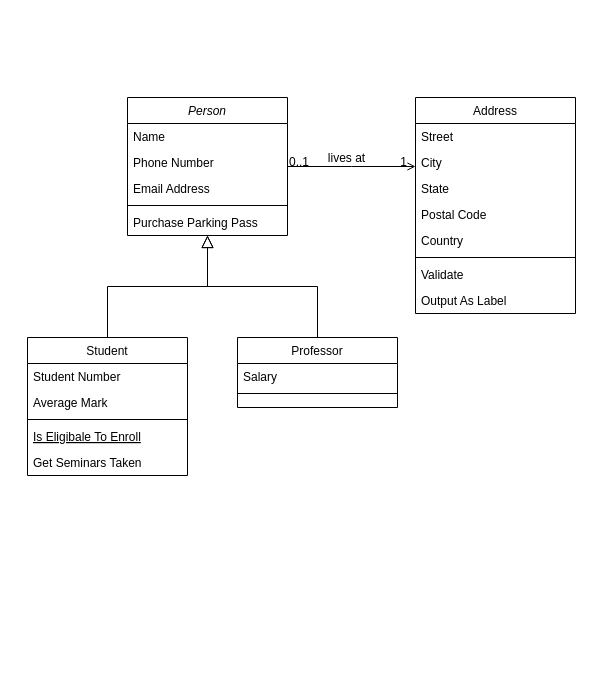
This is Remeslnik.drawio from Ondraa96/hello-world, a draw.io file, before an edit. Source tidied: cells renumbered, new cells numbered last; positions are measured from the earlier drawing's top-left corner, leaving out a move shared by most shapes. Both pictures are drawn from the tidied source at 100%, with x=0, y=0 at pixel (27, 97).
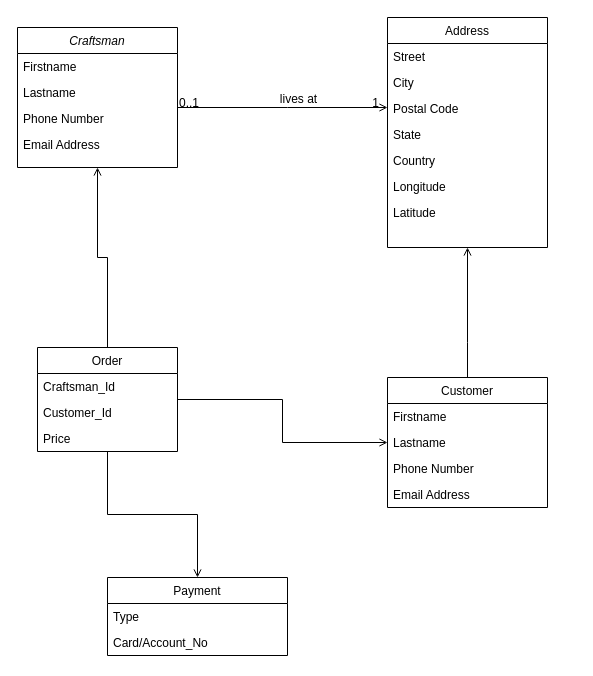
After the change.

What changed in the source:
```diff
@@
-    <mxCell id="2" value="Person" style="swimlane;fontStyle=2;align=center;verticalAlign=top;horizontal=1;startSize=26;rounded=0;shadow=0;strokeWidth=1;" parent="1" vertex="1">
-      <mxGeometry x="100" width="160" height="138" as="geometry" />
-    </mxCell>
-    <mxCell id="3" value="Name" style="text;align=left;verticalAlign=top;spacingLeft=4;spacingRight=4;overflow=hidden;" parent="2" vertex="1">
-      <mxGeometry y="26" width="160" height="26" as="geometry" />
-    </mxCell>
-    <mxCell id="4" value="Phone Number" style="text;align=left;verticalAlign=top;spacingLeft=4;spacingRight=4;overflow=hidden;rounded=0;shadow=0;html=0;" parent="2" vertex="1">
-      <mxGeometry y="52" width="160" height="26" as="geometry" />
-    </mxCell>
-    <mxCell id="5" value="Email Address" style="text;align=left;verticalAlign=top;spacingLeft=4;spacingRight=4;overflow=hidden;rounded=0;shadow=0;html=0;" parent="2" vertex="1">
-      <mxGeometry y="78" width="160" height="26" as="geometry" />
-    </mxCell>
-    <mxCell id="6" style="line;html=1;strokeWidth=1;align=left;verticalAlign=middle;spacingTop=-1;spacingLeft=3;spacingRight=3;labelPosition=right;" parent="2" vertex="1">
-      <mxGeometry y="104" width="160" height="8" as="geometry" />
-    </mxCell>
-    <mxCell id="7" value="Purchase Parking Pass" style="text;align=left;verticalAlign=top;spacingLeft=4;spacingRight=4;overflow=hidden;" parent="2" vertex="1">
-      <mxGeometry y="112" width="160" height="26" as="geometry" />
-    </mxCell>
-    <mxCell id="8" value="Student" style="swimlane;fontStyle=0;align=center;verticalAlign=top;horizontal=1;startSize=26;rounded=0;shadow=0;strokeWidth=1;" parent="1" vertex="1">
-      <mxGeometry y="240" width="160" height="138" as="geometry" />
-    </mxCell>
-    <mxCell id="9" value="Student Number" style="text;align=left;verticalAlign=top;spacingLeft=4;spacingRight=4;overflow=hidden;" parent="8" vertex="1">
-      <mxGeometry y="26" width="160" height="26" as="geometry" />
-    </mxCell>
-    <mxCell id="10" value="Average Mark" style="text;align=left;verticalAlign=top;spacingLeft=4;spacingRight=4;overflow=hidden;rounded=0;shadow=0;html=0;" parent="8" vertex="1">
-      <mxGeometry y="52" width="160" height="26" as="geometry" />
-    </mxCell>
-    <mxCell id="11" style="line;html=1;strokeWidth=1;align=left;verticalAlign=middle;spacingTop=-1;spacingLeft=3;spacingRight=3;labelPosition=right;" parent="8" vertex="1">
-      <mxGeometry y="78" width="160" height="8" as="geometry" />
-    </mxCell>
-    <mxCell id="12" value="Is Eligibale To Enroll" style="text;align=left;verticalAlign=top;spacingLeft=4;spacingRight=4;overflow=hidden;fontStyle=4;" parent="8" vertex="1">
-      <mxGeometry y="86" width="160" height="26" as="geometry" />
-    </mxCell>
-    <mxCell id="13" value="Get Seminars Taken" style="text;align=left;verticalAlign=top;spacingLeft=4;spacingRight=4;overflow=hidden;" parent="8" vertex="1">
-      <mxGeometry y="112" width="160" height="26" as="geometry" />
-    </mxCell>
-    <mxCell id="14" style="endArrow=block;endSize=10;endFill=0;shadow=0;strokeWidth=1;rounded=0;edgeStyle=elbowEdgeStyle;elbow=vertical;" parent="1" edge="1" source="8" target="2">
-      <mxGeometry relative="1" as="geometry" />
-    </mxCell>
-    <mxCell id="15" value="Professor" style="swimlane;fontStyle=0;align=center;verticalAlign=top;horizontal=1;startSize=26;rounded=0;shadow=0;strokeWidth=1;" parent="1" vertex="1">
-      <mxGeometry x="210" y="240" width="160" height="70" as="geometry" />
-    </mxCell>
-    <mxCell id="16" value="Salary" style="text;align=left;verticalAlign=top;spacingLeft=4;spacingRight=4;overflow=hidden;" parent="15" vertex="1">
-      <mxGeometry y="26" width="160" height="26" as="geometry" />
-    </mxCell>
-    <mxCell id="17" style="line;html=1;strokeWidth=1;align=left;verticalAlign=middle;spacingTop=-1;spacingLeft=3;spacingRight=3;labelPosition=right;" parent="15" vertex="1">
-      <mxGeometry y="52" width="160" height="8" as="geometry" />
-    </mxCell>
-    <mxCell id="18" style="endArrow=block;endSize=10;endFill=0;shadow=0;strokeWidth=1;rounded=0;edgeStyle=elbowEdgeStyle;elbow=vertical;" parent="1" edge="1" source="15" target="2">
-      <mxGeometry relative="1" as="geometry" />
-    </mxCell>
-    <mxCell id="19" value="Address" style="swimlane;fontStyle=0;align=center;verticalAlign=top;horizontal=1;startSize=26;rounded=0;shadow=0;strokeWidth=1;" parent="1" vertex="1">
-      <mxGeometry x="388" width="160" height="216" as="geometry" />
-    </mxCell>
-    <mxCell id="20" value="Street" style="text;align=left;verticalAlign=top;spacingLeft=4;spacingRight=4;overflow=hidden;" parent="19" vertex="1">
-      <mxGeometry y="26" width="160" height="26" as="geometry" />
-    </mxCell>
-    <mxCell id="21" value="City" style="text;align=left;verticalAlign=top;spacingLeft=4;spacingRight=4;overflow=hidden;rounded=0;shadow=0;html=0;" parent="19" vertex="1">
-      <mxGeometry y="52" width="160" height="26" as="geometry" />
-    </mxCell>
-    <mxCell id="22" value="State" style="text;align=left;verticalAlign=top;spacingLeft=4;spacingRight=4;overflow=hidden;rounded=0;shadow=0;html=0;" parent="19" vertex="1">
-      <mxGeometry y="78" width="160" height="26" as="geometry" />
-    </mxCell>
-    <mxCell id="23" value="Postal Code" style="text;align=left;verticalAlign=top;spacingLeft=4;spacingRight=4;overflow=hidden;rounded=0;shadow=0;html=0;" parent="19" vertex="1">
-      <mxGeometry y="104" width="160" height="26" as="geometry" />
-    </mxCell>
-    <mxCell id="24" value="Country" style="text;align=left;verticalAlign=top;spacingLeft=4;spacingRight=4;overflow=hidden;rounded=0;shadow=0;html=0;" parent="19" vertex="1">
-      <mxGeometry y="130" width="160" height="26" as="geometry" />
-    </mxCell>
-    <mxCell id="25" style="line;html=1;strokeWidth=1;align=left;verticalAlign=middle;spacingTop=-1;spacingLeft=3;spacingRight=3;labelPosition=right;" parent="19" vertex="1">
-      <mxGeometry y="156" width="160" height="8" as="geometry" />
-    </mxCell>
-    <mxCell id="26" value="Validate" style="text;align=left;verticalAlign=top;spacingLeft=4;spacingRight=4;overflow=hidden;" parent="19" vertex="1">
-      <mxGeometry y="164" width="160" height="26" as="geometry" />
-    </mxCell>
-    <mxCell id="27" value="Output As Label" style="text;align=left;verticalAlign=top;spacingLeft=4;spacingRight=4;overflow=hidden;" parent="19" vertex="1">
-      <mxGeometry y="190" width="160" height="26" as="geometry" />
-    </mxCell>
+    <mxCell id="32" style="edgeStyle=orthogonalEdgeStyle;rounded=0;jettySize=auto;endArrow=open;endFill=0;startArrow=none;startFill=0;entryX=0.5;entryY=1;entryDx=0;entryDy=0;" parent="1" edge="1" source="8" target="19">
+      <mxGeometry relative="1" as="geometry">
+        <Array as="points">
+          <mxPoint x="440" y="245" />
+        </Array>
+      </mxGeometry>
+    </mxCell>
     <mxCell id="28" style="endArrow=open;shadow=0;strokeWidth=1;rounded=0;endFill=1;edgeStyle=elbowEdgeStyle;elbow=vertical;" parent="1" edge="1" source="2" target="19">
       <mxGeometry x="0.5" y="41" relative="1" as="geometry">
+        <Array as="points">
+          <mxPoint x="260" y="10" />
+        </Array>
         <mxPoint x="-40" y="32" as="offset" />
       </mxGeometry>
     </mxCell>
@@
+    <mxCell id="2" value="Craftsman" style="swimlane;fontStyle=2;align=center;verticalAlign=top;horizontal=1;startSize=26;rounded=0;shadow=0;strokeWidth=1;" parent="1" vertex="1">
+      <mxGeometry x="-10" y="-70" width="160" height="140" as="geometry" />
+    </mxCell>
+    <mxCell id="3" value="Firstname" style="text;align=left;verticalAlign=top;spacingLeft=4;spacingRight=4;overflow=hidden;" parent="2" vertex="1">
+      <mxGeometry y="26" width="160" height="26" as="geometry" />
+    </mxCell>
+    <mxCell id="33" value="Lastname" style="text;align=left;verticalAlign=top;spacingLeft=4;spacingRight=4;overflow=hidden;" parent="2" vertex="1">
+      <mxGeometry y="52" width="160" height="26" as="geometry" />
+    </mxCell>
+    <mxCell id="4" value="Phone Number" style="text;align=left;verticalAlign=top;spacingLeft=4;spacingRight=4;overflow=hidden;rounded=0;shadow=0;html=0;" parent="2" vertex="1">
+      <mxGeometry y="78" width="160" height="26" as="geometry" />
+    </mxCell>
+    <mxCell id="5" value="Email Address" style="text;align=left;verticalAlign=top;spacingLeft=4;spacingRight=4;overflow=hidden;rounded=0;shadow=0;html=0;" parent="2" vertex="1">
+      <mxGeometry y="104" width="160" height="26" as="geometry" />
+    </mxCell>
+    <mxCell id="19" value="Address" style="swimlane;fontStyle=0;align=center;verticalAlign=top;horizontal=1;startSize=26;rounded=0;shadow=0;strokeWidth=1;" parent="1" vertex="1">
+      <mxGeometry x="360" y="-80" width="160" height="230" as="geometry" />
+    </mxCell>
+    <mxCell id="20" value="Street" style="text;align=left;verticalAlign=top;spacingLeft=4;spacingRight=4;overflow=hidden;" parent="19" vertex="1">
+      <mxGeometry y="26" width="160" height="26" as="geometry" />
+    </mxCell>
+    <mxCell id="21" value="City" style="text;align=left;verticalAlign=top;spacingLeft=4;spacingRight=4;overflow=hidden;rounded=0;shadow=0;html=0;" parent="19" vertex="1">
+      <mxGeometry y="52" width="160" height="26" as="geometry" />
+    </mxCell>
+    <mxCell id="23" value="Postal Code" style="text;align=left;verticalAlign=top;spacingLeft=4;spacingRight=4;overflow=hidden;rounded=0;shadow=0;html=0;" parent="19" vertex="1">
+      <mxGeometry y="78" width="160" height="26" as="geometry" />
+    </mxCell>
+    <mxCell id="22" value="State" style="text;align=left;verticalAlign=top;spacingLeft=4;spacingRight=4;overflow=hidden;rounded=0;shadow=0;html=0;" parent="19" vertex="1">
+      <mxGeometry y="104" width="160" height="26" as="geometry" />
+    </mxCell>
+    <mxCell id="24" value="Country" style="text;align=left;verticalAlign=top;spacingLeft=4;spacingRight=4;overflow=hidden;rounded=0;shadow=0;html=0;" parent="19" vertex="1">
+      <mxGeometry y="130" width="160" height="26" as="geometry" />
+    </mxCell>
+    <mxCell id="34" value="Longitude" style="text;align=left;verticalAlign=top;spacingLeft=4;spacingRight=4;overflow=hidden;rounded=0;shadow=0;html=0;" parent="19" vertex="1">
+      <mxGeometry y="156" width="160" height="26" as="geometry" />
+    </mxCell>
+    <mxCell id="35" value="Latitude" style="text;align=left;verticalAlign=top;spacingLeft=4;spacingRight=4;overflow=hidden;rounded=0;shadow=0;html=0;" parent="19" vertex="1">
+      <mxGeometry y="182" width="160" height="26" as="geometry" />
+    </mxCell>
+    <mxCell id="8" value="Customer" style="swimlane;fontStyle=0;align=center;verticalAlign=top;horizontal=1;startSize=26;rounded=0;shadow=0;strokeWidth=1;" parent="1" vertex="1">
+      <mxGeometry x="360" y="280" width="160" height="130" as="geometry" />
+    </mxCell>
+    <mxCell id="36" value="Firstname" style="text;align=left;verticalAlign=top;spacingLeft=4;spacingRight=4;overflow=hidden;" parent="8" vertex="1">
+      <mxGeometry y="26" width="160" height="26" as="geometry" />
+    </mxCell>
+    <mxCell id="37" value="Lastname" style="text;align=left;verticalAlign=top;spacingLeft=4;spacingRight=4;overflow=hidden;points=[[0,0.5],[1,0.5]];portConstraint=eastwest;" parent="8" vertex="1">
+      <mxGeometry y="52" width="160" height="26" as="geometry" />
+    </mxCell>
+    <mxCell id="38" value="Phone Number" style="text;align=left;verticalAlign=top;spacingLeft=4;spacingRight=4;overflow=hidden;rounded=0;shadow=0;html=0;" parent="8" vertex="1">
+      <mxGeometry y="78" width="160" height="26" as="geometry" />
+    </mxCell>
+    <mxCell id="39" value="Email Address" style="text;align=left;verticalAlign=top;spacingLeft=4;spacingRight=4;overflow=hidden;rounded=0;shadow=0;html=0;" parent="8" vertex="1">
+      <mxGeometry y="104" width="160" height="26" as="geometry" />
+    </mxCell>
+    <mxCell id="40" style="edgeStyle=orthogonalEdgeStyle;rounded=0;jettySize=auto;html=0;entryX=0.5;entryY=1;entryDx=0;entryDy=0;startArrow=none;startFill=0;endArrow=open;endFill=0;" parent="1" edge="1" source="43" target="2">
+      <mxGeometry relative="1" as="geometry" />
+    </mxCell>
+    <mxCell id="41" style="edgeStyle=orthogonalEdgeStyle;rounded=0;jettySize=auto;html=0;entryX=0;entryY=0.5;entryDx=0;entryDy=0;startArrow=none;startFill=0;endArrow=open;endFill=0;" parent="1" edge="1" source="43" target="37">
+      <mxGeometry relative="1" as="geometry" />
+    </mxCell>
+    <mxCell id="42" style="edgeStyle=orthogonalEdgeStyle;rounded=0;jettySize=auto;html=0;exitX=0.5;exitY=1;exitDx=0;exitDy=0;startArrow=none;startFill=0;endArrow=open;endFill=0;" parent="1" edge="1" source="43" target="47">
+      <mxGeometry relative="1" as="geometry" />
+    </mxCell>
+    <mxCell id="43" value="Order" style="swimlane;fontStyle=0;horizontal=1;startSize=26;fillColor=none;" parent="1" vertex="1">
+      <mxGeometry x="10" y="250" width="140" height="104" as="geometry" />
+    </mxCell>
+    <mxCell id="44" value="Craftsman_Id" style="text;strokeColor=none;fillColor=none;align=left;verticalAlign=top;spacingLeft=4;spacingRight=4;overflow=hidden;" parent="43" vertex="1">
+      <mxGeometry y="26" width="140" height="26" as="geometry" />
+    </mxCell>
+    <mxCell id="45" value="Customer_Id" style="text;strokeColor=none;fillColor=none;align=left;verticalAlign=top;spacingLeft=4;spacingRight=4;overflow=hidden;" parent="43" vertex="1">
+      <mxGeometry y="52" width="140" height="26" as="geometry" />
+    </mxCell>
+    <mxCell id="46" value="Price" style="text;strokeColor=none;fillColor=none;align=left;verticalAlign=top;spacingLeft=4;spacingRight=4;overflow=hidden;" parent="43" vertex="1">
+      <mxGeometry y="78" width="140" height="26" as="geometry" />
+    </mxCell>
+    <mxCell id="47" value="Payment" style="swimlane;fontStyle=0;horizontal=1;startSize=26;fillColor=none;" parent="1" vertex="1">
+      <mxGeometry x="80" y="480" width="180" height="78" as="geometry" />
+    </mxCell>
+    <mxCell id="48" value="Type" style="text;strokeColor=none;fillColor=none;align=left;verticalAlign=top;spacingLeft=4;spacingRight=4;overflow=hidden;" parent="47" vertex="1">
+      <mxGeometry y="26" width="180" height="26" as="geometry" />
+    </mxCell>
+    <mxCell id="49" value="Card/Account_No" style="text;strokeColor=none;fillColor=none;align=left;verticalAlign=top;spacingLeft=4;spacingRight=4;overflow=hidden;" parent="47" vertex="1">
+      <mxGeometry y="52" width="180" height="26" as="geometry" />
+    </mxCell>
```
